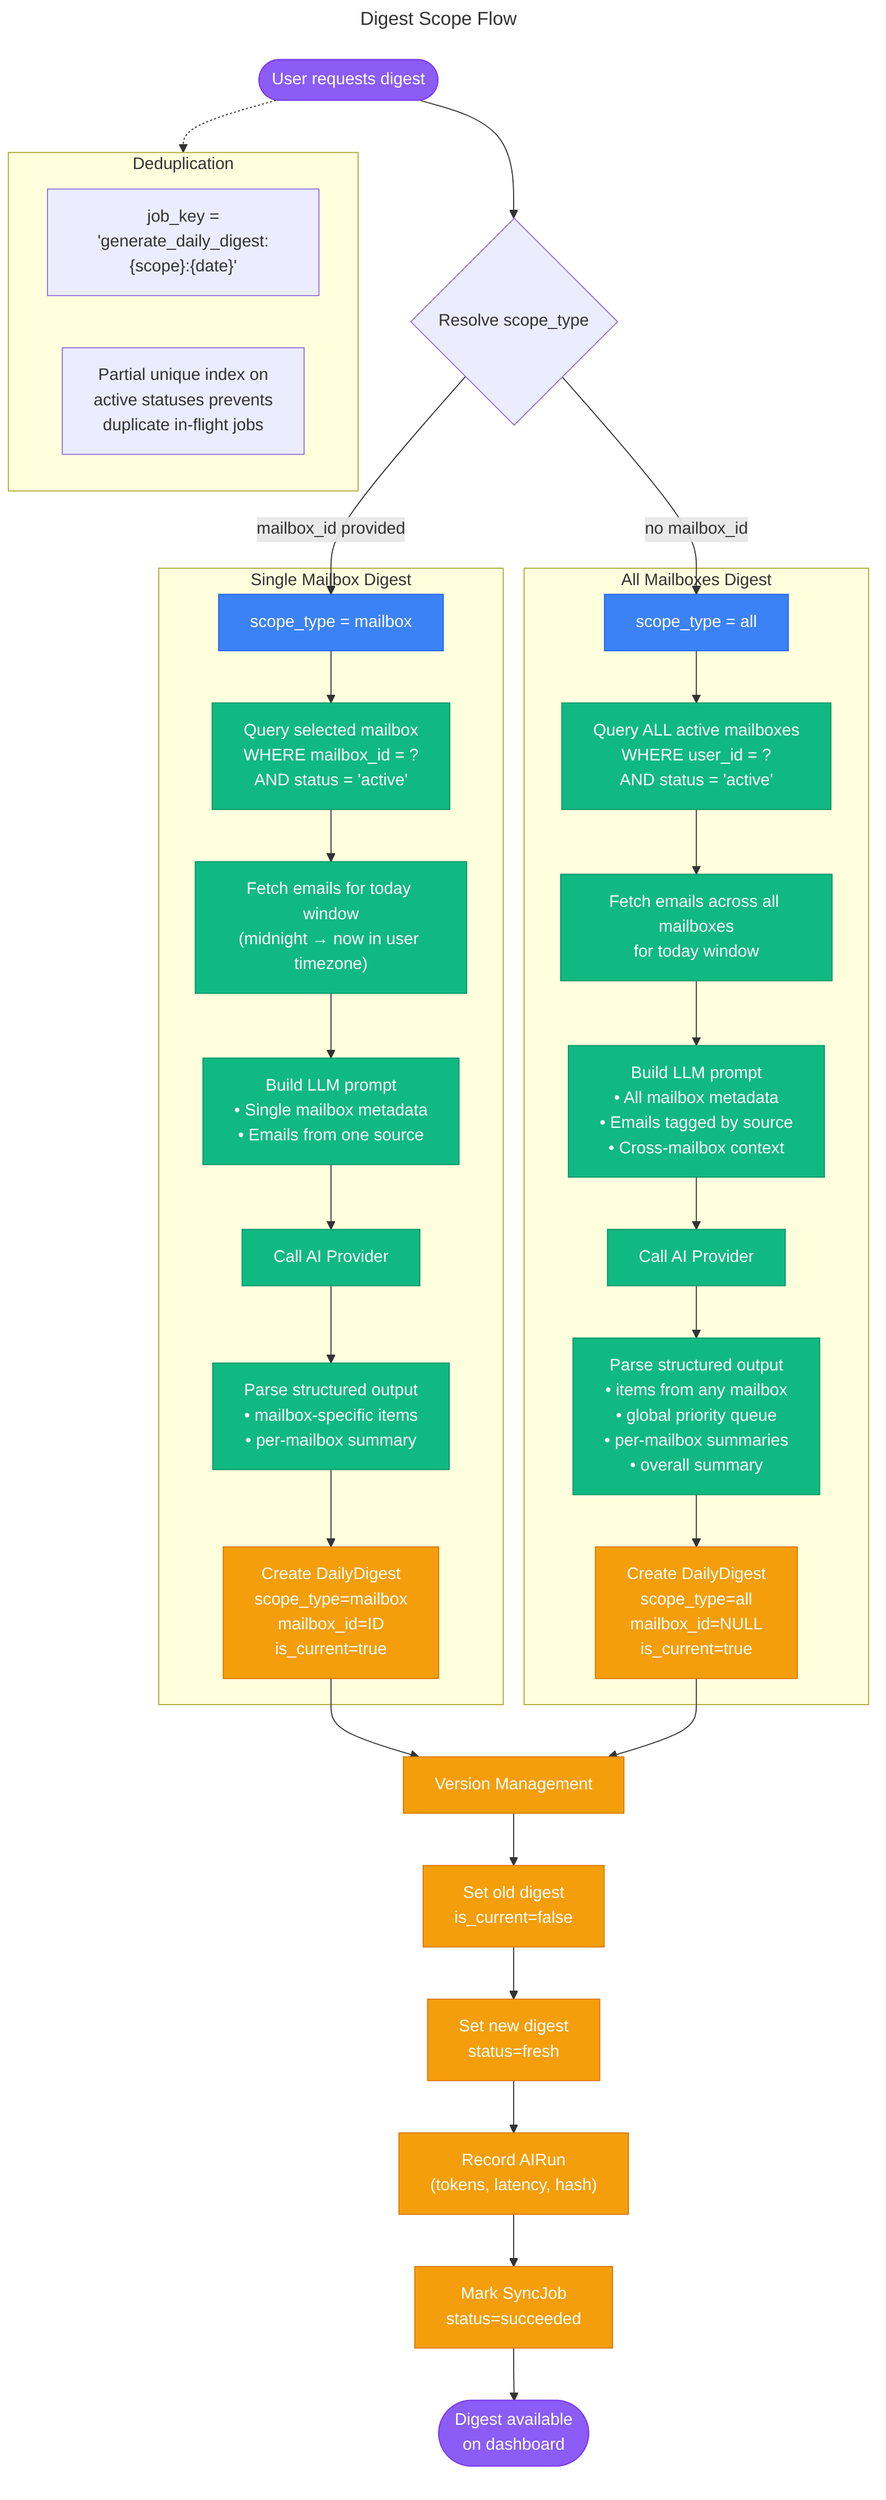
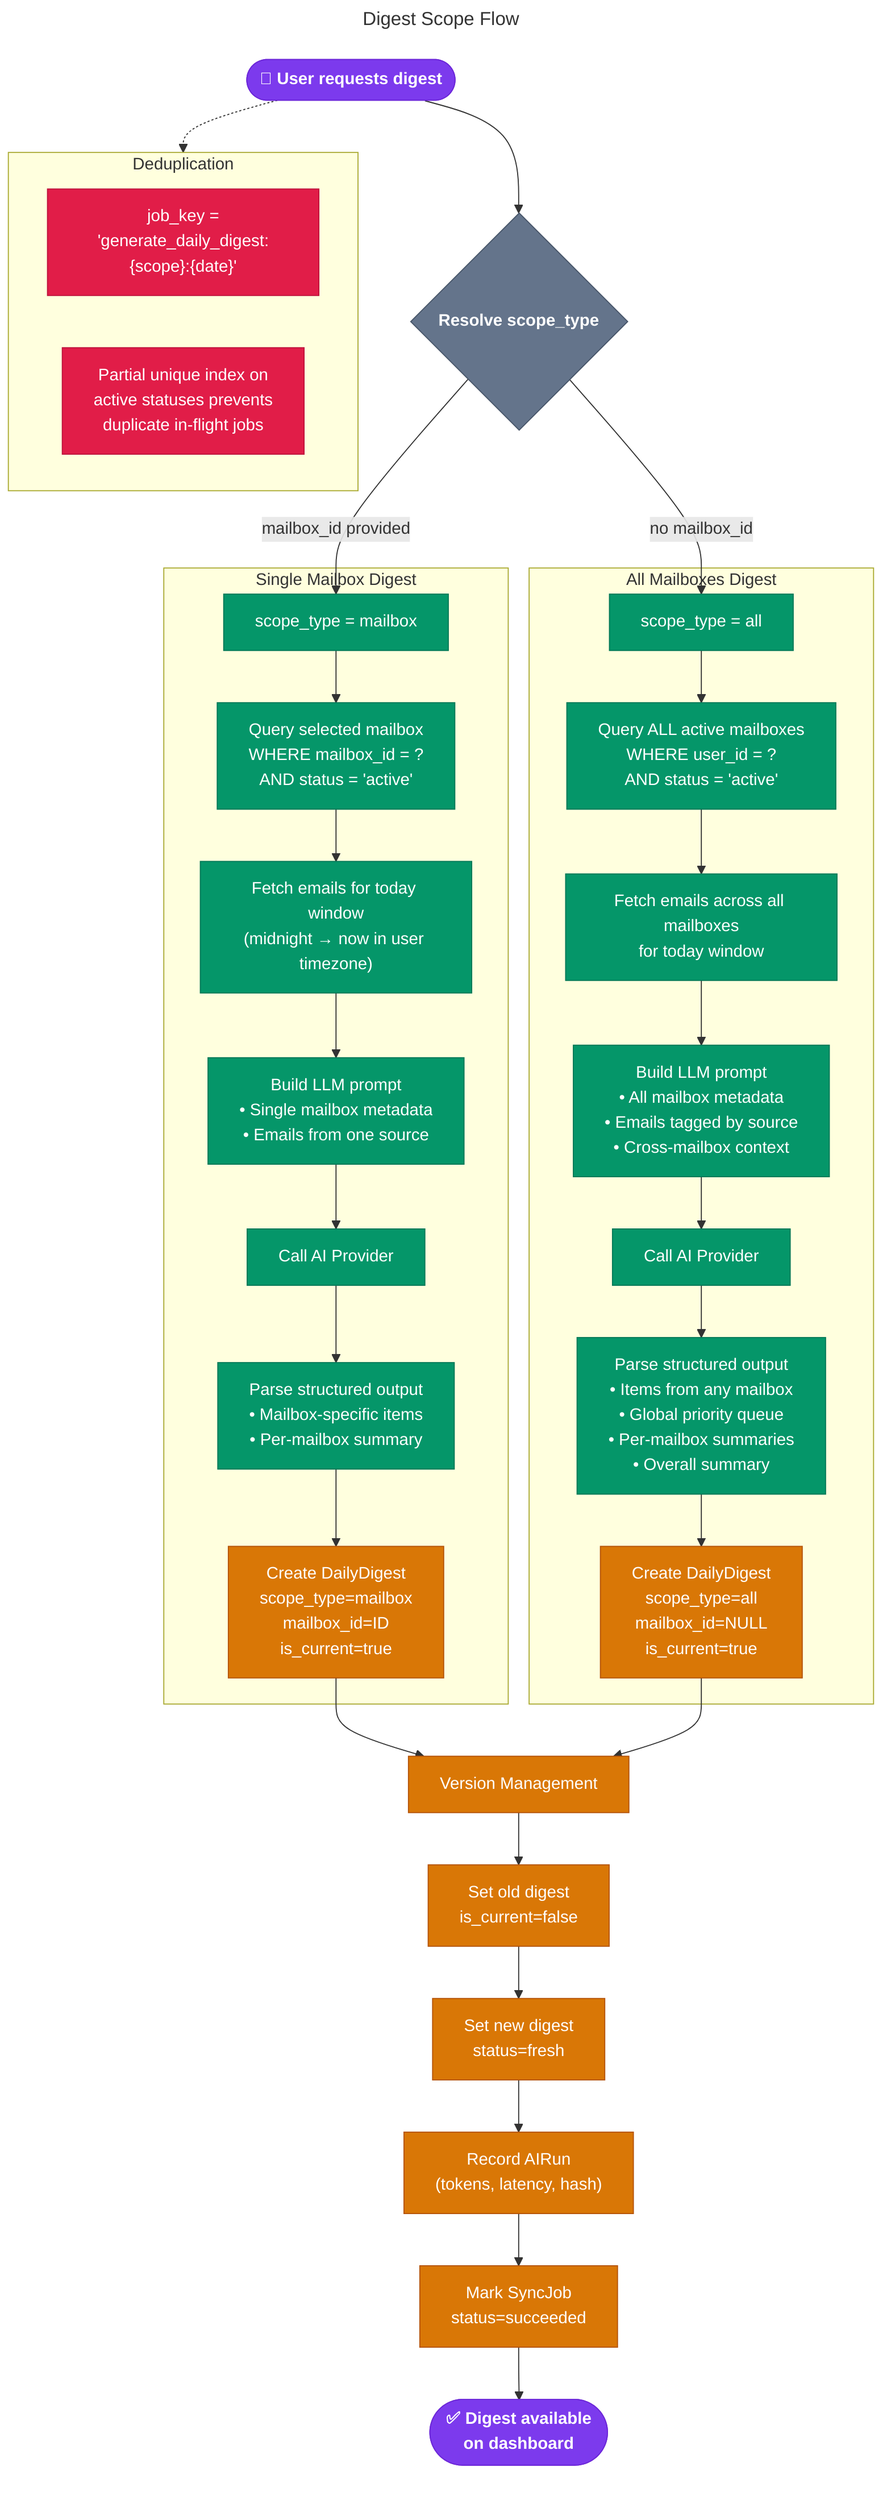
---
title: "Digest Scope Flow"
description: "How All Mailboxes vs Single Mailbox digest scope works"
---

flowchart TD
-     Start(["User requests digest"]) --> ResolveScope{"Resolve scope_type"}
+     Start(["🎯 User requests digest"]) --> ResolveScope{"Resolve scope_type"}

    ResolveScope -->|"mailbox_id provided"| SingleScope["scope_type = mailbox"]
    ResolveScope -->|"no mailbox_id"| AllScope["scope_type = all"]

    subgraph Single_Mailbox_Path["Single Mailbox Digest"]
        SingleScope --> QuerySingle["Query selected mailbox<br/>WHERE mailbox_id = ?<br/>AND status = 'active'"]
        QuerySingle --> FetchSingle["Fetch emails for today window<br/>(midnight → now in user timezone)"]
        FetchSingle --> BuildSinglePrompt["Build LLM prompt<br/>• Single mailbox metadata<br/>• Emails from one source"]
        BuildSinglePrompt --> CallLLMSingle["Call AI Provider"]
-         CallLLMSingle --> ParseSingle["Parse structured output<br/>• mailbox-specific items<br/>• per-mailbox summary"]
+         CallLLMSingle --> ParseSingle["Parse structured output<br/>• Mailbox-specific items<br/>• Per-mailbox summary"]
        ParseSingle --> CreateSingleDigest["Create DailyDigest<br/>scope_type=mailbox<br/>mailbox_id=ID<br/>is_current=true"]
    end

    subgraph All_Mailboxes_Path["All Mailboxes Digest"]
        AllScope --> QueryAll["Query ALL active mailboxes<br/>WHERE user_id = ?<br/>AND status = 'active'"]
        QueryAll --> FetchAll["Fetch emails across all mailboxes<br/>for today window"]
        FetchAll --> BuildAllPrompt["Build LLM prompt<br/>• All mailbox metadata<br/>• Emails tagged by source<br/>• Cross-mailbox context"]
        BuildAllPrompt --> CallLLMAll["Call AI Provider"]
-         CallLLMAll --> ParseAll["Parse structured output<br/>• items from any mailbox<br/>• global priority queue<br/>• per-mailbox summaries<br/>• overall summary"]
+         CallLLMAll --> ParseAll["Parse structured output<br/>• Items from any mailbox<br/>• Global priority queue<br/>• Per-mailbox summaries<br/>• Overall summary"]
        ParseAll --> CreateAllDigest["Create DailyDigest<br/>scope_type=all<br/>mailbox_id=NULL<br/>is_current=true"]
    end

    CreateSingleDigest --> VersionMgmt["Version Management"]
    CreateAllDigest --> VersionMgmt

    VersionMgmt --> FlipOld["Set old digest<br/>is_current=false"]
    FlipOld --> MarkFresh["Set new digest<br/>status=fresh"]
    MarkFresh --> RecordAI["Record AIRun<br/>(tokens, latency, hash)"]
    RecordAI --> MarkJob["Mark SyncJob<br/>status=succeeded"]
-     MarkJob --> Done(["Digest available<br/>on dashboard"])
+     MarkJob --> Done(["✅ Digest available<br/>on dashboard"])

    subgraph Dedup["Deduplication"]
        JobKey["job_key =<br/>'generate_daily_digest:{scope}:{date}'"]
        UniqueIdx["Partial unique index on<br/>active statuses prevents<br/>duplicate in-flight jobs"]
    end

    Start -.-> Dedup

-     classDef scope fill:#3b82f6,stroke:#2563eb,color:#fff
-     classDef process fill:#10b981,stroke:#059669,color:#fff
-     classDef data fill:#f59e0b,stroke:#d97706,color:#fff
-     classDef endpoint fill:#8b5cf6,stroke:#7c3aed,color:#fff
+     classDef endpoint fill:#7c3aed,stroke:#6d28d9,color:#fff,font-weight:bold
+     classDef decision fill:#64748b,stroke:#475569,color:#fff,font-weight:bold
+     classDef process fill:#059669,stroke:#047857,color:#fff
+     classDef data fill:#d97706,stroke:#b45309,color:#fff
+     classDef dedup fill:#e11d48,stroke:#be123c,color:#fff

-     class SingleScope,AllScope scope
-     class QuerySingle,FetchSingle,BuildSinglePrompt,CallLLMSingle,ParseSingle,QueryAll,FetchAll,BuildAllPrompt,CallLLMAll,ParseAll process
+     class Start,Done endpoint
+     class ResolveScope decision
+     class SingleScope,AllScope,QuerySingle,FetchSingle,BuildSinglePrompt,CallLLMSingle,ParseSingle,QueryAll,FetchAll,BuildAllPrompt,CallLLMAll,ParseAll process
    class CreateSingleDigest,CreateAllDigest,VersionMgmt,FlipOld,MarkFresh,RecordAI,MarkJob data
-     class Start,Done endpoint
+     class JobKey,UniqueIdx dedup
